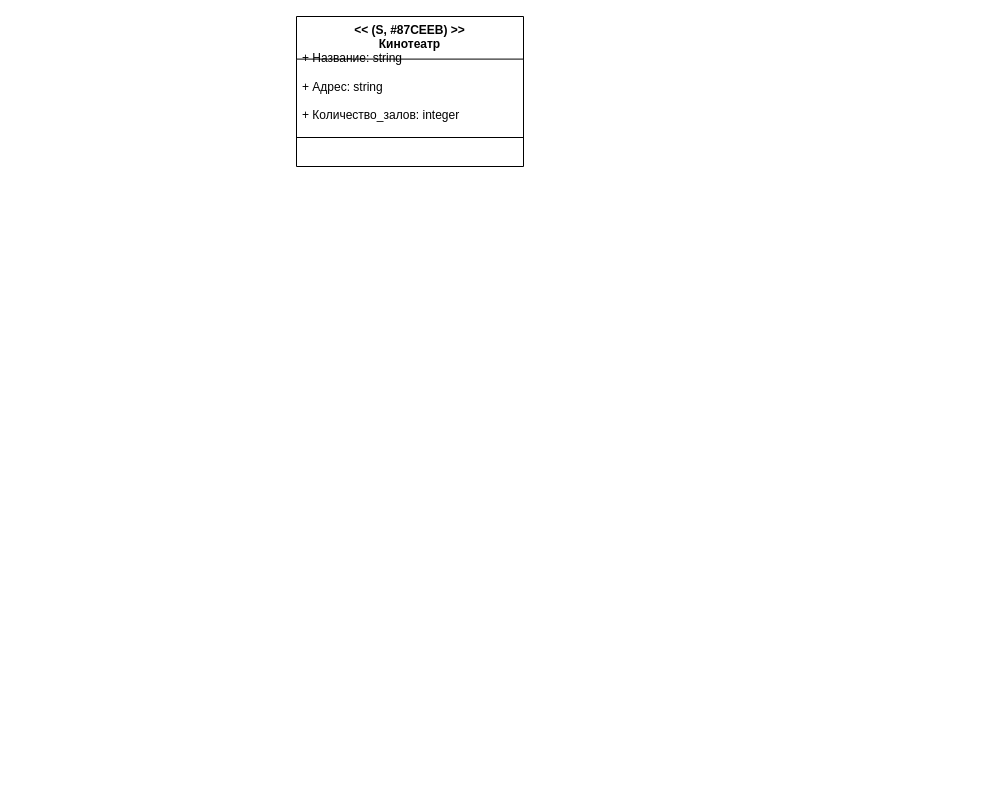
This is Диаграмма без названия.drawio from ANDaniell/-design-practice, a draw.io file, before an edit. Source tidied: cells renumbered, new cells numbered last; positions are measured from the earlier drawing's top-left corner, leaving out a move shared by most shapes. Both pictures are drawn from the tidied source at 100%, with x=0, y=0 at pixel (296, 16).
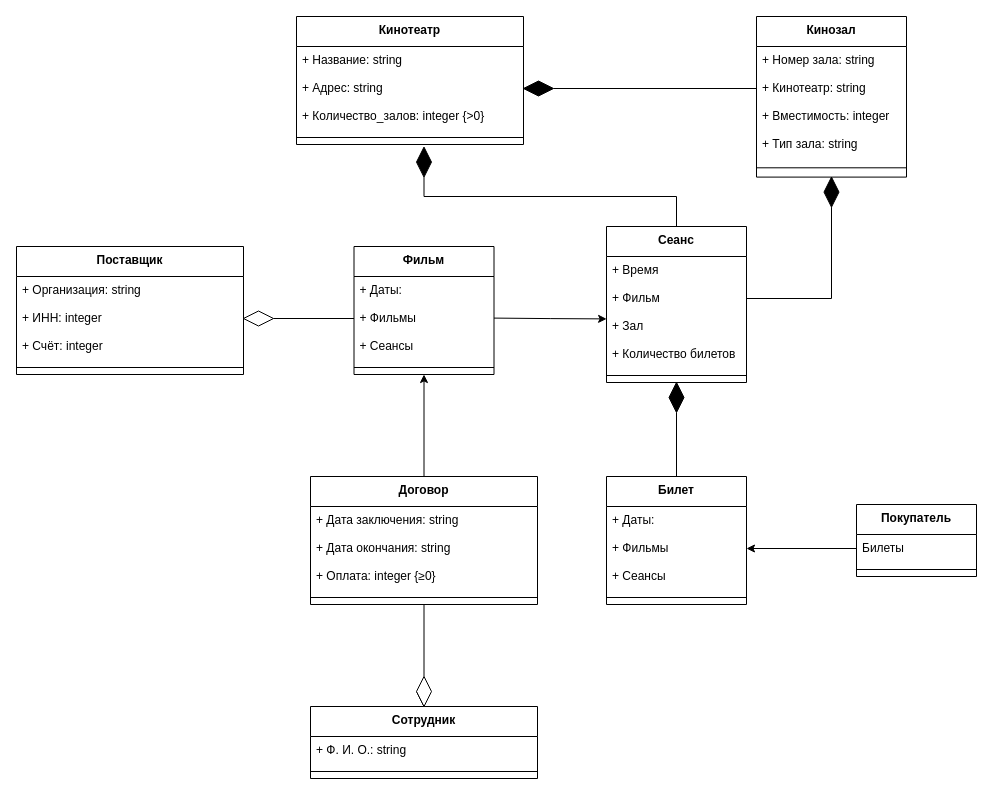
The same page after the edit.

The edit, as a diff of the source:
```diff
@@
-    <mxCell id="2" value="&lt;&lt; (S, #87CEEB) &gt;&gt;&#10;Кинотеатр" style="swimlane;fontStyle=1;align=center;verticalAlign=top;horizontal=1;startSize=42.599999999999994;" parent="1" vertex="1">
-      <mxGeometry width="227" height="150" as="geometry" />
+    <mxCell id="2" value="Кинотеатр" style="swimlane;fontStyle=1;align=center;verticalAlign=top;horizontal=1;startSize=30;" parent="1" vertex="1">
+      <mxGeometry width="227" height="128" as="geometry" />
     </mxCell>
     <mxCell id="3" value="+ Название: string" style="text;strokeColor=none;fillColor=none;align=left;verticalAlign=top;spacingLeft=4;spacingRight=4;overflow=hidden;" parent="2" vertex="1">
-      <mxGeometry y="28" width="227" height="28" as="geometry" />
+      <mxGeometry y="30" width="227" height="28" as="geometry" />
     </mxCell>
     <mxCell id="4" value="+ Адрес: string" style="text;strokeColor=none;fillColor=none;align=left;verticalAlign=top;spacingLeft=4;spacingRight=4;overflow=hidden;points=[[0,0.5],[1,0.5]];portConstraint=eastwest;" parent="2" vertex="1">
-      <mxGeometry y="57" width="227" height="28" as="geometry" />
+      <mxGeometry y="58" width="227" height="28" as="geometry" />
     </mxCell>
-    <mxCell id="5" value="+ Количество_залов: integer" style="text;strokeColor=none;fillColor=none;align=left;verticalAlign=top;spacingLeft=4;spacingRight=4;overflow=hidden;" parent="2" vertex="1">
-      <mxGeometry y="85" width="227" height="28" as="geometry" />
+    <mxCell id="5" value="+ Количество_залов: integer {&gt;0}" style="text;strokeColor=none;fillColor=none;align=left;verticalAlign=top;spacingLeft=4;spacingRight=4;overflow=hidden;" parent="2" vertex="1">
+      <mxGeometry y="86" width="227" height="28" as="geometry" />
     </mxCell>
@@
+    <mxCell id="7" value="Кинозал" style="swimlane;fontStyle=1;align=center;verticalAlign=top;horizontal=1;startSize=30;" parent="1" vertex="1">
+      <mxGeometry x="460" width="150" height="160.6" as="geometry" />
+    </mxCell>
+    <mxCell id="8" value="+ Номер зала: string" style="text;strokeColor=none;fillColor=none;align=left;verticalAlign=top;spacingLeft=4;spacingRight=4;overflow=hidden;" parent="7" vertex="1">
+      <mxGeometry y="30" width="150" height="28" as="geometry" />
+    </mxCell>
+    <mxCell id="9" value="+ Кинотеатр: string" style="text;strokeColor=none;fillColor=none;align=left;verticalAlign=top;spacingLeft=4;spacingRight=4;overflow=hidden;points=[[0,0.5],[1,0.5]];portConstraint=eastwest;" parent="7" vertex="1">
+      <mxGeometry y="58" width="150" height="28" as="geometry" />
+    </mxCell>
+    <mxCell id="10" value="+ Вместимость: integer" style="text;strokeColor=none;fillColor=none;align=left;verticalAlign=top;spacingLeft=4;spacingRight=4;overflow=hidden;" parent="7" vertex="1">
+      <mxGeometry y="86" width="150" height="28" as="geometry" />
+    </mxCell>
+    <mxCell id="11" value="+ Тип зала: string" style="text;strokeColor=none;fillColor=none;align=left;verticalAlign=top;spacingLeft=4;spacingRight=4;overflow=hidden;" parent="7" vertex="1">
+      <mxGeometry y="114" width="150" height="28" as="geometry" />
+    </mxCell>
+    <mxCell id="12" style="line;strokeWidth=1;fillColor=none;align=left;verticalAlign=middle;spacingTop=-1;spacingLeft=3;spacingRight=3;labelPosition=right;strokeColor=inherit;" parent="7" vertex="1">
+      <mxGeometry y="142" width="150" height="18.6" as="geometry" />
+    </mxCell>
+    <mxCell id="13" value="Фильм" style="swimlane;fontStyle=1;align=center;verticalAlign=top;horizontal=1;startSize=30;" parent="1" vertex="1">
+      <mxGeometry x="57.5" y="230" width="140" height="128" as="geometry" />
+    </mxCell>
+    <mxCell id="14" value="+ Даты:" style="text;strokeColor=none;fillColor=none;align=left;verticalAlign=top;spacingLeft=4;spacingRight=4;overflow=hidden;" parent="13" vertex="1">
+      <mxGeometry y="30" width="140" height="28" as="geometry" />
+    </mxCell>
+    <mxCell id="15" value="+ Фильмы" style="text;strokeColor=none;fillColor=none;align=left;verticalAlign=top;spacingLeft=4;spacingRight=4;overflow=hidden;points=[[0,0.5],[1,0.5]];portConstraint=eastwest;" parent="13" vertex="1">
+      <mxGeometry y="58" width="140" height="28" as="geometry" />
+    </mxCell>
+    <mxCell id="16" value="+ Сеансы" style="text;strokeColor=none;fillColor=none;align=left;verticalAlign=top;spacingLeft=4;spacingRight=4;overflow=hidden;" parent="13" vertex="1">
+      <mxGeometry y="86" width="140" height="28" as="geometry" />
+    </mxCell>
+    <mxCell id="17" style="line;strokeWidth=1;fillColor=none;align=left;verticalAlign=middle;spacingTop=-1;spacingLeft=3;spacingRight=3;labelPosition=right;strokeColor=inherit;" parent="13" vertex="1">
+      <mxGeometry y="114" width="140" height="14" as="geometry" />
+    </mxCell>
+    <mxCell id="18" style="edgeStyle=orthogonalEdgeStyle;rounded=0;jettySize=auto;html=1;exitX=1;exitY=0.5;exitDx=0;exitDy=0;entryX=0;entryY=0.5;entryDx=0;entryDy=0;endArrow=none;endFill=0;" parent="1" edge="1" source="51" target="9">
+      <mxGeometry relative="1" as="geometry" />
+    </mxCell>
+    <mxCell id="19" style="edgeStyle=orthogonalEdgeStyle;rounded=0;jettySize=auto;html=1;exitX=1;exitY=0.5;exitDx=0;exitDy=0;endArrow=none;endFill=0;" parent="1" edge="1" source="61" target="26">
+      <mxGeometry relative="1" as="geometry" />
+    </mxCell>
+    <mxCell id="20" value="Сеанс" style="swimlane;fontStyle=1;align=center;verticalAlign=top;horizontal=1;startSize=30;" parent="1" vertex="1">
+      <mxGeometry x="310" y="210" width="140" height="156" as="geometry" />
+    </mxCell>
+    <mxCell id="21" value="+ Время" style="text;strokeColor=none;fillColor=none;align=left;verticalAlign=top;spacingLeft=4;spacingRight=4;overflow=hidden;" parent="20" vertex="1">
+      <mxGeometry y="30" width="140" height="28" as="geometry" />
+    </mxCell>
+    <mxCell id="22" value="+ Фильм" style="text;strokeColor=none;fillColor=none;align=left;verticalAlign=top;spacingLeft=4;spacingRight=4;overflow=hidden;points=[[0,0.5],[1,0.5]];portConstraint=eastwest;" parent="20" vertex="1">
+      <mxGeometry y="58" width="140" height="28" as="geometry" />
+    </mxCell>
+    <mxCell id="23" value="+ Зал&#10;" style="text;strokeColor=none;fillColor=none;align=left;verticalAlign=top;spacingLeft=4;spacingRight=4;overflow=hidden;" parent="20" vertex="1">
+      <mxGeometry y="86" width="140" height="28" as="geometry" />
+    </mxCell>
+    <mxCell id="24" value="+ Количество билетов" style="text;strokeColor=none;fillColor=none;align=left;verticalAlign=top;spacingLeft=4;spacingRight=4;overflow=hidden;" parent="20" vertex="1">
+      <mxGeometry y="114" width="140" height="28" as="geometry" />
+    </mxCell>
+    <mxCell id="25" style="line;strokeWidth=1;fillColor=none;align=left;verticalAlign=middle;spacingTop=-1;spacingLeft=3;spacingRight=3;labelPosition=right;strokeColor=inherit;" parent="20" vertex="1">
+      <mxGeometry y="142" width="140" height="14" as="geometry" />
+    </mxCell>
+    <mxCell id="26" value="Билет" style="swimlane;fontStyle=1;align=center;verticalAlign=top;horizontal=1;startSize=30;" parent="1" vertex="1">
+      <mxGeometry x="310" y="460" width="140" height="128" as="geometry" />
+    </mxCell>
+    <mxCell id="27" value="+ Даты:" style="text;strokeColor=none;fillColor=none;align=left;verticalAlign=top;spacingLeft=4;spacingRight=4;overflow=hidden;" parent="26" vertex="1">
+      <mxGeometry y="30" width="140" height="28" as="geometry" />
+    </mxCell>
+    <mxCell id="28" value="+ Фильмы" style="text;strokeColor=none;fillColor=none;align=left;verticalAlign=top;spacingLeft=4;spacingRight=4;overflow=hidden;points=[[0,0.5],[1,0.5]];portConstraint=eastwest;" parent="26" vertex="1">
+      <mxGeometry y="58" width="140" height="28" as="geometry" />
+    </mxCell>
+    <mxCell id="29" value="+ Сеансы" style="text;strokeColor=none;fillColor=none;align=left;verticalAlign=top;spacingLeft=4;spacingRight=4;overflow=hidden;" parent="26" vertex="1">
+      <mxGeometry y="86" width="140" height="28" as="geometry" />
+    </mxCell>
+    <mxCell id="30" style="line;strokeWidth=1;fillColor=none;align=left;verticalAlign=middle;spacingTop=-1;spacingLeft=3;spacingRight=3;labelPosition=right;strokeColor=inherit;" parent="26" vertex="1">
+      <mxGeometry y="114" width="140" height="14" as="geometry" />
+    </mxCell>
+    <mxCell id="31" style="edgeStyle=orthogonalEdgeStyle;rounded=0;jettySize=auto;html=1;entryX=1;entryY=0.5;entryDx=0;entryDy=0;exitX=0;exitY=0.5;exitDx=0;exitDy=0;" parent="1" edge="1" source="33" target="28">
+      <mxGeometry relative="1" as="geometry" />
+    </mxCell>
+    <mxCell id="32" value="Покупатель" style="swimlane;fontStyle=1;align=center;verticalAlign=top;horizontal=1;startSize=30;" parent="1" vertex="1">
+      <mxGeometry x="560" y="488" width="120" height="72" as="geometry" />
+    </mxCell>
+    <mxCell id="33" value="Билеты" style="text;strokeColor=none;fillColor=none;align=left;verticalAlign=top;spacingLeft=4;spacingRight=4;overflow=hidden;points=[[0,0.5],[1,0.5]];portConstraint=eastwest;" parent="32" vertex="1">
+      <mxGeometry y="30" width="120" height="28" as="geometry" />
+    </mxCell>
+    <mxCell id="34" style="line;strokeWidth=1;fillColor=none;align=left;verticalAlign=middle;spacingTop=-1;spacingLeft=3;spacingRight=3;labelPosition=right;strokeColor=inherit;" parent="32" vertex="1">
+      <mxGeometry y="58" width="120" height="14" as="geometry" />
+    </mxCell>
+    <mxCell id="35" style="edgeStyle=orthogonalEdgeStyle;rounded=0;jettySize=auto;html=1;exitX=1;exitY=0.5;exitDx=0;exitDy=0;entryX=1;entryY=0.5;entryDx=0;entryDy=0;endArrow=none;endFill=0;" parent="1" edge="1" source="22" target="54">
+      <mxGeometry relative="1" as="geometry" />
+    </mxCell>
+    <mxCell id="36" style="edgeStyle=orthogonalEdgeStyle;rounded=0;orthogonalLoop=1;jettySize=auto;html=1;exitX=0.999;exitY=0.757;exitDx=0;exitDy=0;exitPerimeter=0;" parent="1" edge="1">
+      <mxGeometry relative="1" as="geometry">
+        <mxPoint x="197.5" y="301.6" as="sourcePoint" />
+        <mxPoint x="310.1" y="302.4" as="targetPoint" />
+      </mxGeometry>
+    </mxCell>
+    <mxCell id="37" value="Сотрудник" style="swimlane;fontStyle=1;align=center;verticalAlign=top;horizontal=1;startSize=30;" parent="1" vertex="1">
+      <mxGeometry x="14" y="690" width="227" height="72" as="geometry" />
+    </mxCell>
+    <mxCell id="38" value="+ Ф. И. О.: string" style="text;strokeColor=none;fillColor=none;align=left;verticalAlign=top;spacingLeft=4;spacingRight=4;overflow=hidden;" parent="37" vertex="1">
+      <mxGeometry y="30" width="227" height="28" as="geometry" />
+    </mxCell>
+    <mxCell id="39" style="line;strokeWidth=1;fillColor=none;align=left;verticalAlign=middle;spacingTop=-1;spacingLeft=3;spacingRight=3;labelPosition=right;strokeColor=inherit;" parent="37" vertex="1">
+      <mxGeometry y="58" width="227" height="14" as="geometry" />
+    </mxCell>
+    <mxCell id="40" value="Договор" style="swimlane;fontStyle=1;align=center;verticalAlign=top;horizontal=1;startSize=30;" parent="1" vertex="1">
+      <mxGeometry x="14" y="460" width="227" height="128" as="geometry" />
+    </mxCell>
+    <mxCell id="41" value="+ Дата заключения: string" style="text;strokeColor=none;fillColor=none;align=left;verticalAlign=top;spacingLeft=4;spacingRight=4;overflow=hidden;" parent="40" vertex="1">
+      <mxGeometry y="30" width="227" height="28" as="geometry" />
+    </mxCell>
+    <mxCell id="42" value="+ Дата окончания: string" style="text;strokeColor=none;fillColor=none;align=left;verticalAlign=top;spacingLeft=4;spacingRight=4;overflow=hidden;" parent="40" vertex="1">
+      <mxGeometry y="58" width="227" height="28" as="geometry" />
+    </mxCell>
+    <mxCell id="43" value="+ Оплата: integer {≥0}" style="text;strokeColor=none;fillColor=none;align=left;verticalAlign=top;spacingLeft=4;spacingRight=4;overflow=hidden;" parent="40" vertex="1">
+      <mxGeometry y="86" width="227" height="28" as="geometry" />
+    </mxCell>
+    <mxCell id="44" style="line;strokeWidth=1;fillColor=none;align=left;verticalAlign=middle;spacingTop=-1;spacingLeft=3;spacingRight=3;labelPosition=right;strokeColor=inherit;" parent="40" vertex="1">
+      <mxGeometry y="114" width="227" height="14" as="geometry" />
+    </mxCell>
+    <mxCell id="45" value="Поставщик" style="swimlane;fontStyle=1;align=center;verticalAlign=top;horizontal=1;startSize=30;" parent="1" vertex="1">
+      <mxGeometry x="-280" y="230" width="227" height="128" as="geometry" />
+    </mxCell>
+    <mxCell id="46" value="+ Организация: string" style="text;strokeColor=none;fillColor=none;align=left;verticalAlign=top;spacingLeft=4;spacingRight=4;overflow=hidden;" parent="45" vertex="1">
+      <mxGeometry y="30" width="227" height="28" as="geometry" />
+    </mxCell>
+    <mxCell id="47" value="+ ИНН: integer" style="text;strokeColor=none;fillColor=none;align=left;verticalAlign=top;spacingLeft=4;spacingRight=4;overflow=hidden;" parent="45" vertex="1">
+      <mxGeometry y="58" width="227" height="28" as="geometry" />
+    </mxCell>
+    <mxCell id="48" value="+ Счёт: integer" style="text;strokeColor=none;fillColor=none;align=left;verticalAlign=top;spacingLeft=4;spacingRight=4;overflow=hidden;" parent="45" vertex="1">
+      <mxGeometry y="86" width="227" height="28" as="geometry" />
+    </mxCell>
+    <mxCell id="49" style="line;strokeWidth=1;fillColor=none;align=left;verticalAlign=middle;spacingTop=-1;spacingLeft=3;spacingRight=3;labelPosition=right;strokeColor=inherit;" parent="45" vertex="1">
+      <mxGeometry y="114" width="227" height="14" as="geometry" />
+    </mxCell>
+    <mxCell id="50" style="edgeStyle=orthogonalEdgeStyle;rounded=0;jettySize=auto;html=1;exitX=1;exitY=0.5;exitDx=0;exitDy=0;entryX=0;entryY=0.5;entryDx=0;entryDy=0;" parent="1" edge="1" source="4" target="51">
+      <mxGeometry relative="1" as="geometry" />
+    </mxCell>
+    <mxCell id="51" style="rhombus;whiteSpace=wrap;html=1;gradientColor=none;fillStyle=auto;fillColor=#000000;" parent="1" vertex="1">
+      <mxGeometry x="227" y="64.5" width="30" height="15" as="geometry" />
+    </mxCell>
+    <mxCell id="52" style="edgeStyle=orthogonalEdgeStyle;rounded=0;jettySize=auto;html=1;exitX=1;exitY=0.5;exitDx=0;exitDy=0;strokeColor=default;endArrow=none;endFill=0;" parent="1" edge="1" source="53">
+      <mxGeometry relative="1" as="geometry">
+        <mxPoint x="380" y="210" as="targetPoint" />
+        <Array as="points">
+          <mxPoint x="127" y="180" />
+          <mxPoint x="380" y="180" />
+        </Array>
+      </mxGeometry>
+    </mxCell>
+    <mxCell id="53" style="rhombus;whiteSpace=wrap;html=1;gradientColor=none;fillStyle=auto;fillColor=#000000;direction=south;" parent="1" vertex="1">
+      <mxGeometry x="120" y="130.6" width="15" height="30" as="geometry" />
+    </mxCell>
+    <mxCell id="54" style="rhombus;whiteSpace=wrap;html=1;gradientColor=none;fillStyle=auto;fillColor=#000000;direction=south;" parent="1" vertex="1">
+      <mxGeometry x="527.5" y="160.6" width="15" height="30" as="geometry" />
+    </mxCell>
+    <mxCell id="55" style="endArrow=none;html=1;rounded=0;exitX=0;exitY=0.5;exitDx=0;exitDy=0;entryX=0.5;entryY=1;entryDx=0;entryDy=0;" parent="1" edge="1" source="57" target="40">
+      <mxGeometry relative="1" as="geometry" />
+    </mxCell>
+    <mxCell id="56" style="endArrow=none;html=1;rounded=0;exitX=0.5;exitY=0;exitDx=0;exitDy=0;entryX=0.5;entryY=1;entryDx=0;entryDy=0;" parent="1" edge="1" source="37" target="57">
+      <mxGeometry relative="1" as="geometry" />
+    </mxCell>
+    <mxCell id="57" style="rhombus;whiteSpace=wrap;html=1;gradientColor=none;fillStyle=auto;fillColor=default;direction=south;" parent="1" vertex="1">
+      <mxGeometry x="120" y="660" width="15" height="30" as="geometry" />
+    </mxCell>
+    <mxCell id="58" style="endArrow=classic;html=1;rounded=0;entryX=0.5;entryY=1;entryDx=0;entryDy=0;" parent="1" edge="1" source="40" target="13">
+      <mxGeometry relative="1" as="geometry" />
+    </mxCell>
+    <mxCell id="59" style="edgeStyle=orthogonalEdgeStyle;rounded=0;jettySize=auto;html=1;exitX=1;exitY=0.5;exitDx=0;exitDy=0;entryX=0;entryY=0.5;entryDx=0;entryDy=0;endArrow=none;endFill=0;" parent="1" edge="1" source="60" target="15">
+      <mxGeometry relative="1" as="geometry" />
+    </mxCell>
+    <mxCell id="60" style="rhombus;whiteSpace=wrap;html=1;gradientColor=none;fillStyle=auto;fillColor=#FFFFFF;" parent="1" vertex="1">
+      <mxGeometry x="-53" y="294.5" width="30" height="15" as="geometry" />
+    </mxCell>
+    <mxCell id="61" style="rhombus;whiteSpace=wrap;html=1;gradientColor=none;fillStyle=auto;fillColor=#000000;direction=south;" parent="1" vertex="1">
+      <mxGeometry x="372.5" y="366" width="15" height="30" as="geometry" />
+    </mxCell>
```
